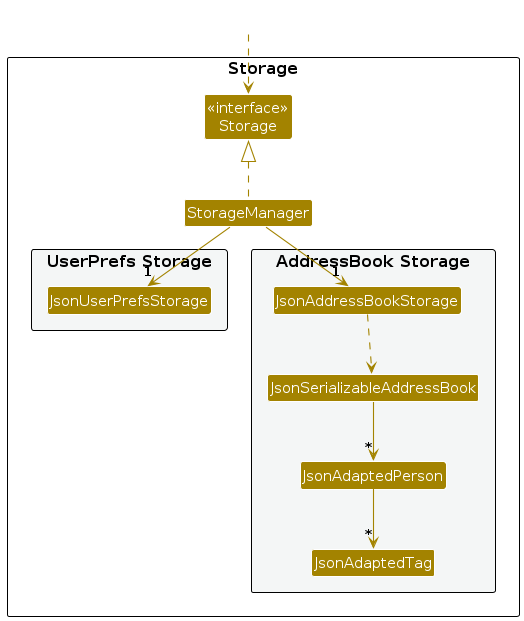
This is diagrams/StorageClassDiagram.png from AY2627S1-CS2103T-T15-3/tp, a PlantUML export, as it was before one commit. Its source is kept beside it as diagrams/StorageClassDiagram.puml. Its diagram source:
```plantuml
@startuml
!include style.puml
skinparam arrowThickness 1.1
skinparam arrowColor STORAGE_COLOR
skinparam classBackgroundColor STORAGE_COLOR

package Storage as StoragePackage {

Class "<<interface>>\nStorage" as Storage
Class StorageManager

package "UserPrefs Storage" #F4F6F6{
Class JsonUserPrefsStorage
}

package "AddressBook Storage" #F4F6F6{
Class JsonAddressBookStorage
Class JsonSerializableAddressBook
Class JsonAdaptedPerson
Class JsonAdaptedTag
}

}

Class HiddenOutside #FFFFFF
HiddenOutside ..> Storage

StorageManager .up.|> Storage
StorageManager -down-> "1" JsonUserPrefsStorage
StorageManager -down-> "1" JsonAddressBookStorage

JsonAddressBookStorage ..> JsonSerializableAddressBook
JsonSerializableAddressBook --> "*" JsonAdaptedPerson
JsonAdaptedPerson --> "*" JsonAdaptedTag

@enduml
```
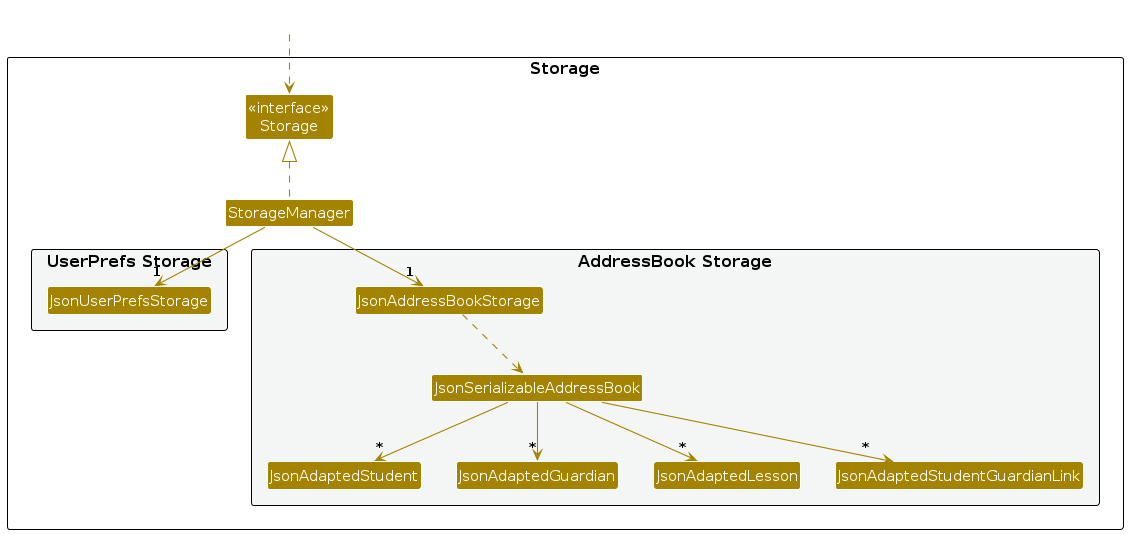
Later version of the same file.

Diff of the diagram source:
```diff
@@ -16,8 +16,10 @@
 package "AddressBook Storage" #F4F6F6{
 Class JsonAddressBookStorage
 Class JsonSerializableAddressBook
-Class JsonAdaptedPerson
-Class JsonAdaptedTag
+Class JsonAdaptedStudent
+Class JsonAdaptedGuardian
+Class JsonAdaptedLesson
+Class JsonAdaptedStudentGuardianLink
 }
 
 }
@@ -30,7 +32,9 @@
 StorageManager -down-> "1" JsonAddressBookStorage
 
 JsonAddressBookStorage ..> JsonSerializableAddressBook
-JsonSerializableAddressBook --> "*" JsonAdaptedPerson
-JsonAdaptedPerson --> "*" JsonAdaptedTag
+JsonSerializableAddressBook --> "*" JsonAdaptedStudent
+JsonSerializableAddressBook --> "*" JsonAdaptedGuardian
+JsonSerializableAddressBook --> "*" JsonAdaptedLesson
+JsonSerializableAddressBook --> "*" JsonAdaptedStudentGuardianLink
 
 @enduml
```
